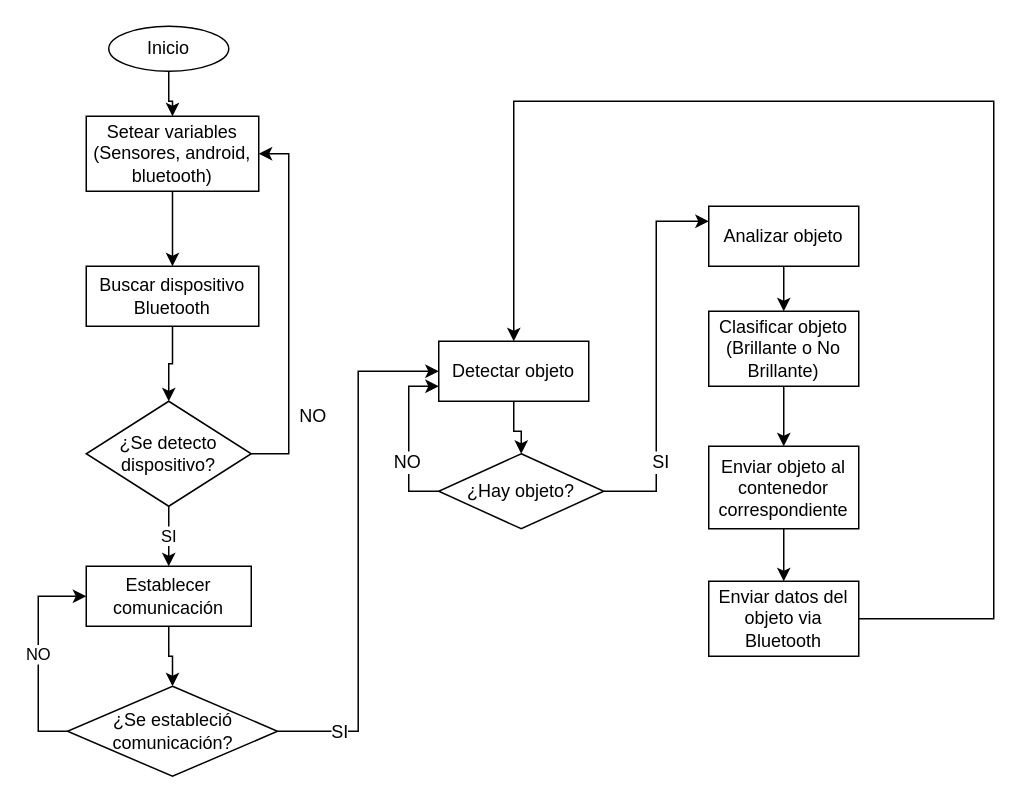
The draw.io diagram Diagramas/Diagrama_software.drawio in OriaJoaquin/X3, before the edit. Source tidied: cells renumbered, new cells numbered last; positions are measured from the earlier drawing's top-left corner, leaving out a move shared by most shapes. Both pictures are drawn from the tidied source at 150%, with x=0, y=0 at pixel (38, 26).
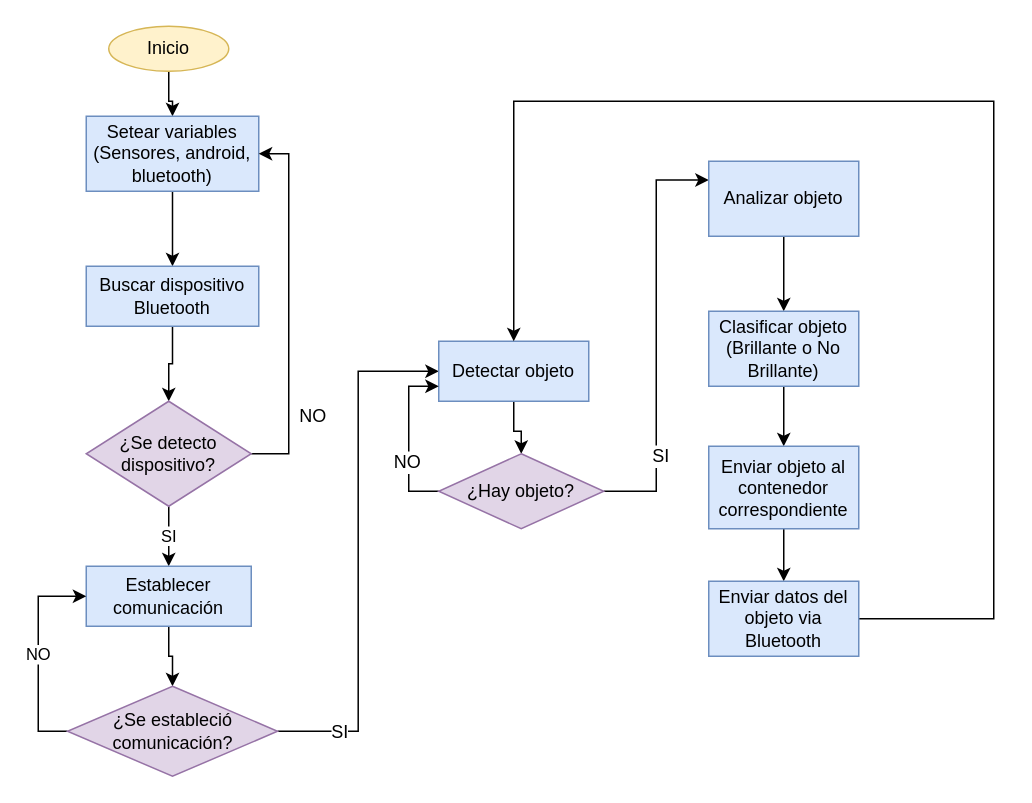
Above is the later version.

Diff of the diagram source:
```diff
@@
-    <mxCell id="3" value="Inicio" style="ellipse;whiteSpace=wrap;html=1;" parent="1" vertex="1">
+    <mxCell id="3" value="Inicio" style="ellipse;whiteSpace=wrap;html=1;fillColor=#fff2cc;strokeColor=#d6b656;" parent="1" vertex="1">
       <mxGeometry x="47" width="80" height="30" as="geometry" />
     </mxCell>
@@
-    <mxCell id="5" value="Setear variables (Sensores, android, bluetooth)" style="rounded=0;whiteSpace=wrap;html=1;" parent="1" vertex="1">
+    <mxCell id="5" value="Setear variables (Sensores, android, bluetooth)" style="rounded=0;whiteSpace=wrap;html=1;fillColor=#dae8fc;strokeColor=#6c8ebf;" parent="1" vertex="1">
       <mxGeometry x="32" y="60" width="115" height="50" as="geometry" />
     </mxCell>
@@
-    <mxCell id="7" value="Buscar dispositivo Bluetooth" style="rounded=0;whiteSpace=wrap;html=1;" parent="1" vertex="1">
+    <mxCell id="7" value="Buscar dispositivo Bluetooth" style="rounded=0;whiteSpace=wrap;html=1;fillColor=#dae8fc;strokeColor=#6c8ebf;" parent="1" vertex="1">
       <mxGeometry x="32" y="160" width="115" height="40" as="geometry" />
     </mxCell>
@@
-    <mxCell id="11" value="¿Se detecto dispositivo?" style="rhombus;whiteSpace=wrap;html=1;" parent="1" vertex="1">
+    <mxCell id="11" value="¿Se detecto dispositivo?" style="rhombus;whiteSpace=wrap;html=1;fillColor=#e1d5e7;strokeColor=#9673a6;" parent="1" vertex="1">
       <mxGeometry x="32" y="250" width="110" height="70" as="geometry" />
     </mxCell>
@@
-    <mxCell id="13" value="Establecer comunicación" style="rounded=0;whiteSpace=wrap;html=1;" parent="1" vertex="1">
+    <mxCell id="13" value="Establecer comunicación" style="rounded=0;whiteSpace=wrap;html=1;fillColor=#dae8fc;strokeColor=#6c8ebf;" parent="1" vertex="1">
       <mxGeometry x="32" y="360" width="110" height="40" as="geometry" />
     </mxCell>
@@
-    <mxCell id="17" value="¿Se estableció comunicación?" style="rhombus;whiteSpace=wrap;html=1;" parent="1" vertex="1">
+    <mxCell id="17" value="¿Se estableció comunicación?" style="rhombus;whiteSpace=wrap;html=1;fillColor=#e1d5e7;strokeColor=#9673a6;" parent="1" vertex="1">
       <mxGeometry x="19.5" y="440" width="140" height="60" as="geometry" />
     </mxCell>
@@
-    <mxCell id="19" value="&lt;div&gt;Detectar objeto&lt;/div&gt;" style="rounded=0;whiteSpace=wrap;html=1;" parent="1" vertex="1">
+    <mxCell id="19" value="&lt;div&gt;Detectar objeto&lt;/div&gt;" style="rounded=0;whiteSpace=wrap;html=1;fillColor=#dae8fc;strokeColor=#6c8ebf;" parent="1" vertex="1">
       <mxGeometry x="267" y="210" width="100" height="40" as="geometry" />
     </mxCell>
@@
-    <mxCell id="24" value="¿Hay objeto?" style="rhombus;whiteSpace=wrap;html=1;" parent="1" vertex="1">
+    <mxCell id="24" value="¿Hay objeto?" style="rhombus;whiteSpace=wrap;html=1;fillColor=#e1d5e7;strokeColor=#9673a6;" parent="1" vertex="1">
       <mxGeometry x="267" y="285" width="110" height="50" as="geometry" />
     </mxCell>
@@
-    <mxCell id="26" value="Analizar objeto" style="rounded=0;whiteSpace=wrap;html=1;" parent="1" vertex="1">
-      <mxGeometry x="447" y="120" width="100" height="40" as="geometry" />
+    <mxCell id="26" value="Analizar objeto" style="rounded=0;whiteSpace=wrap;html=1;fillColor=#dae8fc;strokeColor=#6c8ebf;" parent="1" vertex="1">
+      <mxGeometry x="447" y="90" width="100" height="50" as="geometry" />
     </mxCell>
@@
-    <mxCell id="28" value="Clasificar objeto (Brillante o No Brillante)" style="rounded=0;whiteSpace=wrap;html=1;" parent="1" vertex="1">
+    <mxCell id="28" value="Clasificar objeto (Brillante o No Brillante)" style="rounded=0;whiteSpace=wrap;html=1;fillColor=#dae8fc;strokeColor=#6c8ebf;" parent="1" vertex="1">
       <mxGeometry x="447" y="190" width="100" height="50" as="geometry" />
     </mxCell>
@@
-    <mxCell id="30" value="Enviar objeto al contenedor correspondiente" style="rounded=0;whiteSpace=wrap;html=1;" parent="1" vertex="1">
+    <mxCell id="30" value="Enviar objeto al contenedor correspondiente" style="rounded=0;whiteSpace=wrap;html=1;fillColor=#dae8fc;strokeColor=#6c8ebf;" parent="1" vertex="1">
       <mxGeometry x="447" y="280" width="100" height="55" as="geometry" />
     </mxCell>
@@
-    <mxCell id="32" value="Enviar datos del objeto via Bluetooth" style="rounded=0;whiteSpace=wrap;html=1;" parent="1" vertex="1">
+    <mxCell id="32" value="Enviar datos del objeto via Bluetooth" style="rounded=0;whiteSpace=wrap;html=1;fillColor=#dae8fc;strokeColor=#6c8ebf;" parent="1" vertex="1">
       <mxGeometry x="447" y="370" width="100" height="50" as="geometry" />
     </mxCell>
```
